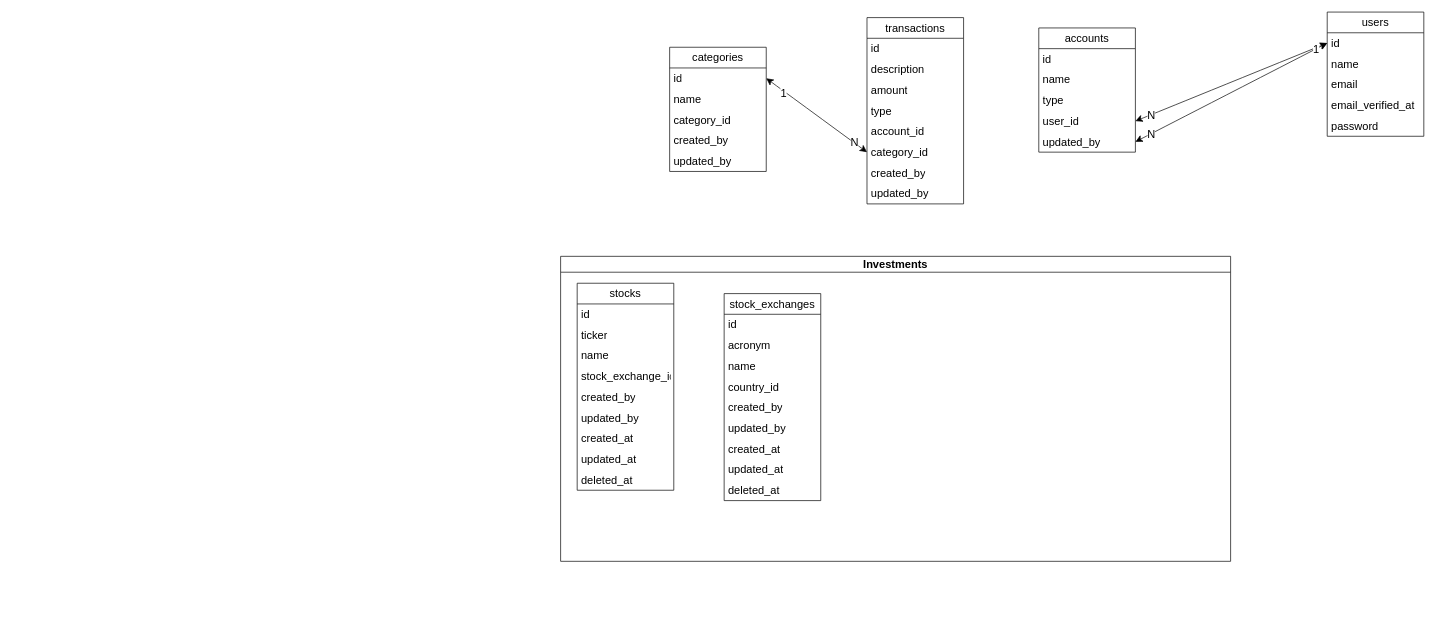
The draw.io diagram page "Página-2" (2 of 2) of Diagrama sem nome.drawio in vballestrini/diagrams, before the edit. Source tidied: cells renumbered, new cells numbered last; positions are measured from the earlier drawing's top-left corner, leaving out a move shared by most shapes. Both pictures are drawn from the tidied source at 69%, with x=0, y=0 at pixel (560, 12).
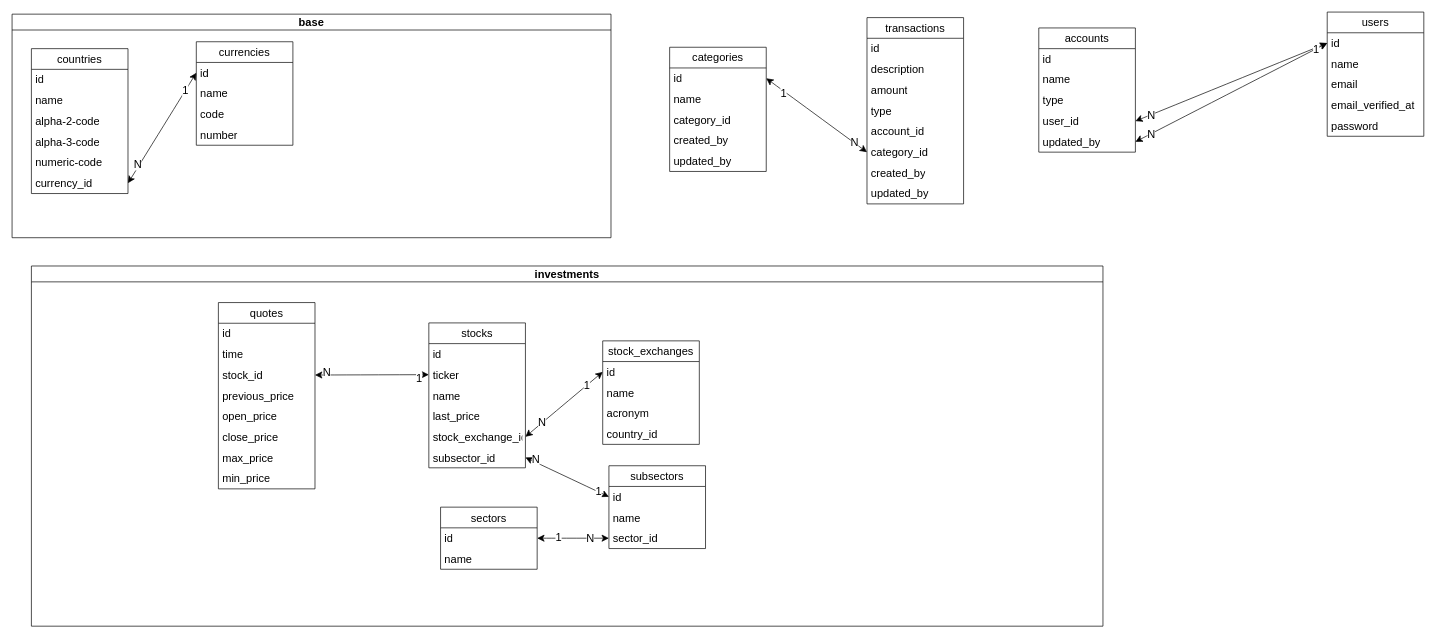
The same diagram, later.

Unchanged cells that the change refers to:
```xml
<mxCell id="42" value="ticker" style="text;strokeColor=none;fillColor=none;align=left;verticalAlign=middle;spacingLeft=4;spacingRight=4;overflow=hidden;points=[[0,0.5],[1,0.5]];portConstraint=eastwest;whiteSpace=wrap;html=1;fontSize=16;" parent="40" vertex="1">
  <mxGeometry y="60" width="140" height="30" as="geometry" />
</mxCell>
<mxCell id="51" value="id" style="text;strokeColor=none;fillColor=none;align=left;verticalAlign=middle;spacingLeft=4;spacingRight=4;overflow=hidden;points=[[0,0.5],[1,0.5]];portConstraint=eastwest;whiteSpace=wrap;html=1;fontSize=16;" parent="50" vertex="1">
  <mxGeometry y="30" width="140" height="30" as="geometry" />
</mxCell>
```

Diff of the diagram source:
```diff
@@
-    <mxCell id="39" value="Investments" style="swimlane;whiteSpace=wrap;html=1;fontSize=16;" parent="1" vertex="1">
-      <mxGeometry y="354" width="971" height="442" as="geometry" />
+    <mxCell id="39" value="investments" style="swimlane;whiteSpace=wrap;html=1;fontSize=16;" parent="1" vertex="1">
+      <mxGeometry x="-767" y="368" width="1553" height="522" as="geometry" />
     </mxCell>
     <mxCell id="40" value="stocks" style="swimlane;fontStyle=0;horizontal=1;startSize=30;whiteSpace=wrap;html=1;fontSize=16;" parent="39" vertex="1">
-      <mxGeometry x="24" y="39" width="140" height="300" as="geometry" />
+      <mxGeometry x="576" y="82.5" width="140" height="210" as="geometry" />
     </mxCell>
@@
+    <mxCell id="60" value="last_price" style="text;strokeColor=none;fillColor=none;align=left;verticalAlign=middle;spacingLeft=4;spacingRight=4;overflow=hidden;whiteSpace=wrap;html=1;fontSize=16;" parent="40" vertex="1">
+      <mxGeometry y="120" width="140" height="30" as="geometry" />
+    </mxCell>
     <mxCell id="44" value="stock_exchange_id" style="text;strokeColor=none;fillColor=none;align=left;verticalAlign=middle;spacingLeft=4;spacingRight=4;overflow=hidden;points=[[0,0.5],[1,0.5]];portConstraint=eastwest;whiteSpace=wrap;html=1;fontSize=16;" parent="40" vertex="1">
-      <mxGeometry y="120" width="140" height="30" as="geometry" />
+      <mxGeometry y="150" width="140" height="30" as="geometry" />
     </mxCell>
-    <mxCell id="45" value="created_by" style="text;strokeColor=none;fillColor=none;align=left;verticalAlign=middle;spacingLeft=4;spacingRight=4;overflow=hidden;whiteSpace=wrap;html=1;fontSize=16;" parent="40" vertex="1">
-      <mxGeometry y="150" width="140" height="30" as="geometry" />
-    </mxCell>
-    <mxCell id="46" value="updated_by" style="text;strokeColor=none;fillColor=none;align=left;verticalAlign=middle;spacingLeft=4;spacingRight=4;overflow=hidden;whiteSpace=wrap;html=1;fontSize=16;" parent="40" vertex="1">
-      <mxGeometry y="180" width="140" height="30" as="geometry" />
-    </mxCell>
-    <mxCell id="47" value="created_at" style="text;strokeColor=none;fillColor=none;align=left;verticalAlign=middle;spacingLeft=4;spacingRight=4;overflow=hidden;whiteSpace=wrap;html=1;fontSize=16;" parent="40" vertex="1">
-      <mxGeometry y="210" width="140" height="30" as="geometry" />
-    </mxCell>
-    <mxCell id="48" value="updated_at" style="text;strokeColor=none;fillColor=none;align=left;verticalAlign=middle;spacingLeft=4;spacingRight=4;overflow=hidden;whiteSpace=wrap;html=1;fontSize=16;" parent="40" vertex="1">
-      <mxGeometry y="240" width="140" height="30" as="geometry" />
-    </mxCell>
-    <mxCell id="49" value="deleted_at" style="text;strokeColor=none;fillColor=none;align=left;verticalAlign=middle;spacingLeft=4;spacingRight=4;overflow=hidden;whiteSpace=wrap;html=1;fontSize=16;" parent="40" vertex="1">
-      <mxGeometry y="270" width="140" height="30" as="geometry" />
-    </mxCell>
+    <mxCell id="61" value="subsector_id" style="text;strokeColor=none;fillColor=none;align=left;verticalAlign=middle;spacingLeft=4;spacingRight=4;overflow=hidden;points=[[0,0.5],[1,0.5]];portConstraint=eastwest;whiteSpace=wrap;html=1;fontSize=16;" parent="40" vertex="1">
+      <mxGeometry y="180" width="140" height="30" as="geometry" />
+    </mxCell>
     <mxCell id="50" value="stock_exchanges" style="swimlane;fontStyle=0;horizontal=1;startSize=30;whiteSpace=wrap;html=1;fontSize=16;" parent="39" vertex="1">
-      <mxGeometry x="237" y="54" width="140" height="300" as="geometry" />
+      <mxGeometry x="828" y="108.5" width="140" height="150" as="geometry" />
     </mxCell>
@@
+    <mxCell id="53" value="name" style="text;strokeColor=none;fillColor=none;align=left;verticalAlign=middle;spacingLeft=4;spacingRight=4;overflow=hidden;whiteSpace=wrap;html=1;fontSize=16;" parent="50" vertex="1">
+      <mxGeometry y="60" width="140" height="30" as="geometry" />
+    </mxCell>
     <mxCell id="52" value="acronym" style="text;strokeColor=none;fillColor=none;align=left;verticalAlign=middle;spacingLeft=4;spacingRight=4;overflow=hidden;whiteSpace=wrap;html=1;fontSize=16;" parent="50" vertex="1">
-      <mxGeometry y="60" width="140" height="30" as="geometry" />
+      <mxGeometry y="90" width="140" height="30" as="geometry" />
     </mxCell>
-    <mxCell id="53" value="name" style="text;strokeColor=none;fillColor=none;align=left;verticalAlign=middle;spacingLeft=4;spacingRight=4;overflow=hidden;whiteSpace=wrap;html=1;fontSize=16;" parent="50" vertex="1">
-      <mxGeometry y="90" width="140" height="30" as="geometry" />
-    </mxCell>
@@
-    <mxCell id="55" value="created_by" style="text;strokeColor=none;fillColor=none;align=left;verticalAlign=middle;spacingLeft=4;spacingRight=4;overflow=hidden;whiteSpace=wrap;html=1;fontSize=16;" parent="50" vertex="1">
-      <mxGeometry y="150" width="140" height="30" as="geometry" />
-    </mxCell>
-    <mxCell id="56" value="updated_by" style="text;strokeColor=none;fillColor=none;align=left;verticalAlign=middle;spacingLeft=4;spacingRight=4;overflow=hidden;whiteSpace=wrap;html=1;fontSize=16;" parent="50" vertex="1">
-      <mxGeometry y="180" width="140" height="30" as="geometry" />
-    </mxCell>
-    <mxCell id="57" value="created_at" style="text;strokeColor=none;fillColor=none;align=left;verticalAlign=middle;spacingLeft=4;spacingRight=4;overflow=hidden;whiteSpace=wrap;html=1;fontSize=16;" parent="50" vertex="1">
-      <mxGeometry y="210" width="140" height="30" as="geometry" />
-    </mxCell>
-    <mxCell id="58" value="updated_at" style="text;strokeColor=none;fillColor=none;align=left;verticalAlign=middle;spacingLeft=4;spacingRight=4;overflow=hidden;whiteSpace=wrap;html=1;fontSize=16;" parent="50" vertex="1">
-      <mxGeometry y="240" width="140" height="30" as="geometry" />
-    </mxCell>
-    <mxCell id="59" value="deleted_at" style="text;strokeColor=none;fillColor=none;align=left;verticalAlign=middle;spacingLeft=4;spacingRight=4;overflow=hidden;whiteSpace=wrap;html=1;fontSize=16;" parent="50" vertex="1">
-      <mxGeometry y="270" width="140" height="30" as="geometry" />
-    </mxCell>
+    <mxCell id="62" value="sectors" style="swimlane;fontStyle=0;horizontal=1;startSize=30;whiteSpace=wrap;html=1;fontSize=16;" parent="39" vertex="1">
+      <mxGeometry x="593" y="349.5" width="140" height="90" as="geometry" />
+    </mxCell>
+    <mxCell id="63" value="id" style="text;strokeColor=none;fillColor=none;align=left;verticalAlign=middle;spacingLeft=4;spacingRight=4;overflow=hidden;points=[[0,0.5],[1,0.5]];portConstraint=eastwest;whiteSpace=wrap;html=1;fontSize=16;" parent="62" vertex="1">
+      <mxGeometry y="30" width="140" height="30" as="geometry" />
+    </mxCell>
+    <mxCell id="64" value="name" style="text;strokeColor=none;fillColor=none;align=left;verticalAlign=middle;spacingLeft=4;spacingRight=4;overflow=hidden;whiteSpace=wrap;html=1;fontSize=16;" parent="62" vertex="1">
+      <mxGeometry y="60" width="140" height="30" as="geometry" />
+    </mxCell>
+    <mxCell id="65" value="subsectors" style="swimlane;fontStyle=0;horizontal=1;startSize=30;whiteSpace=wrap;html=1;fontSize=16;" parent="39" vertex="1">
+      <mxGeometry x="837" y="289.5" width="140" height="120" as="geometry" />
+    </mxCell>
+    <mxCell id="66" value="id" style="text;strokeColor=none;fillColor=none;align=left;verticalAlign=middle;spacingLeft=4;spacingRight=4;overflow=hidden;points=[[0,0.5],[1,0.5]];portConstraint=eastwest;whiteSpace=wrap;html=1;fontSize=16;" parent="65" vertex="1">
+      <mxGeometry y="30" width="140" height="30" as="geometry" />
+    </mxCell>
+    <mxCell id="67" value="name" style="text;strokeColor=none;fillColor=none;align=left;verticalAlign=middle;spacingLeft=4;spacingRight=4;overflow=hidden;whiteSpace=wrap;html=1;fontSize=16;" parent="65" vertex="1">
+      <mxGeometry y="60" width="140" height="30" as="geometry" />
+    </mxCell>
+    <mxCell id="68" value="sector_id" style="text;strokeColor=none;fillColor=none;align=left;verticalAlign=middle;spacingLeft=4;spacingRight=4;overflow=hidden;points=[[0,0.5],[1,0.5]];portConstraint=eastwest;whiteSpace=wrap;html=1;fontSize=16;" parent="65" vertex="1">
+      <mxGeometry y="90" width="140" height="30" as="geometry" />
+    </mxCell>
+    <mxCell id="69" style="endArrow=classic;startArrow=classic;html=1;rounded=0;fontSize=12;startSize=8;endSize=8;curved=1;entryX=0;entryY=0.5;entryDx=0;entryDy=0;exitX=1;exitY=0.5;exitDx=0;exitDy=0;" parent="39" edge="1" source="63" target="68">
+      <mxGeometry relative="1" as="geometry" />
+    </mxCell>
+    <mxCell id="70" value="1" style="edgeLabel;html=1;align=center;verticalAlign=middle;fontSize=16;" parent="69" vertex="1">
+      <mxGeometry x="-0.43" y="1" relative="1" as="geometry">
+        <mxPoint y="-1" as="offset" />
+      </mxGeometry>
+    </mxCell>
+    <mxCell id="71" value="N" style="edgeLabel;html=1;align=center;verticalAlign=middle;fontSize=16;" parent="69" vertex="1">
+      <mxGeometry x="0.48" y="1" relative="1" as="geometry">
+        <mxPoint x="-1" as="offset" />
+      </mxGeometry>
+    </mxCell>
+    <mxCell id="72" style="endArrow=classic;startArrow=classic;html=1;rounded=0;fontSize=12;startSize=8;endSize=8;curved=1;exitX=1;exitY=0.5;exitDx=0;exitDy=0;entryX=0;entryY=0.5;entryDx=0;entryDy=0;" parent="39" edge="1" source="61" target="66">
+      <mxGeometry relative="1" as="geometry" />
+    </mxCell>
+    <mxCell id="73" value="N" style="edgeLabel;html=1;align=center;verticalAlign=middle;fontSize=16;" parent="72" vertex="1">
+      <mxGeometry x="-0.79" y="4" relative="1" as="geometry" />
+    </mxCell>
+    <mxCell id="74" value="1" style="edgeLabel;html=1;align=center;verticalAlign=middle;fontSize=16;" parent="72" vertex="1">
+      <mxGeometry x="0.74" y="1" relative="1" as="geometry">
+        <mxPoint y="-1" as="offset" />
+      </mxGeometry>
+    </mxCell>
+    <mxCell id="75" style="endArrow=classic;startArrow=classic;html=1;rounded=0;fontSize=12;startSize=8;endSize=8;curved=1;exitX=1;exitY=0.5;exitDx=0;exitDy=0;entryX=0;entryY=0.5;entryDx=0;entryDy=0;" parent="39" edge="1" source="44" target="51">
+      <mxGeometry relative="1" as="geometry" />
+    </mxCell>
+    <mxCell id="76" value="1" style="edgeLabel;html=1;align=center;verticalAlign=middle;fontSize=16;" parent="75" vertex="1">
+      <mxGeometry x="0.59" y="1" relative="1" as="geometry" />
+    </mxCell>
+    <mxCell id="77" value="N" style="edgeLabel;html=1;align=center;verticalAlign=middle;fontSize=16;" parent="75" vertex="1">
+      <mxGeometry x="-0.57" y="1" relative="1" as="geometry" />
+    </mxCell>
+    <mxCell id="78" value="quotes" style="swimlane;fontStyle=0;horizontal=1;startSize=30;whiteSpace=wrap;html=1;fontSize=16;" parent="39" vertex="1">
+      <mxGeometry x="271" y="53" width="140" height="270" as="geometry" />
+    </mxCell>
+    <mxCell id="79" value="id" style="text;strokeColor=none;fillColor=none;align=left;verticalAlign=middle;spacingLeft=4;spacingRight=4;overflow=hidden;whiteSpace=wrap;html=1;fontSize=16;" parent="78" vertex="1">
+      <mxGeometry y="30" width="140" height="30" as="geometry" />
+    </mxCell>
+    <mxCell id="80" value="time" style="text;strokeColor=none;fillColor=none;align=left;verticalAlign=middle;spacingLeft=4;spacingRight=4;overflow=hidden;whiteSpace=wrap;html=1;fontSize=16;" parent="78" vertex="1">
+      <mxGeometry y="60" width="140" height="30" as="geometry" />
+    </mxCell>
+    <mxCell id="81" value="stock_id" style="text;strokeColor=none;fillColor=none;align=left;verticalAlign=middle;spacingLeft=4;spacingRight=4;overflow=hidden;points=[[0,0.5],[1,0.5]];portConstraint=eastwest;whiteSpace=wrap;html=1;fontSize=16;" parent="78" vertex="1">
+      <mxGeometry y="90" width="140" height="30" as="geometry" />
+    </mxCell>
+    <mxCell id="82" value="previous_price" style="text;strokeColor=none;fillColor=none;align=left;verticalAlign=middle;spacingLeft=4;spacingRight=4;overflow=hidden;whiteSpace=wrap;html=1;fontSize=16;" parent="78" vertex="1">
+      <mxGeometry y="120" width="140" height="30" as="geometry" />
+    </mxCell>
+    <mxCell id="83" value="open_price" style="text;strokeColor=none;fillColor=none;align=left;verticalAlign=middle;spacingLeft=4;spacingRight=4;overflow=hidden;whiteSpace=wrap;html=1;fontSize=16;" parent="78" vertex="1">
+      <mxGeometry y="150" width="140" height="30" as="geometry" />
+    </mxCell>
+    <mxCell id="84" value="close_price" style="text;strokeColor=none;fillColor=none;align=left;verticalAlign=middle;spacingLeft=4;spacingRight=4;overflow=hidden;whiteSpace=wrap;html=1;fontSize=16;" parent="78" vertex="1">
+      <mxGeometry y="180" width="140" height="30" as="geometry" />
+    </mxCell>
+    <mxCell id="85" value="max_price" style="text;strokeColor=none;fillColor=none;align=left;verticalAlign=middle;spacingLeft=4;spacingRight=4;overflow=hidden;whiteSpace=wrap;html=1;fontSize=16;" parent="78" vertex="1">
+      <mxGeometry y="210" width="140" height="30" as="geometry" />
+    </mxCell>
+    <mxCell id="86" value="min_price" style="text;strokeColor=none;fillColor=none;align=left;verticalAlign=middle;spacingLeft=4;spacingRight=4;overflow=hidden;whiteSpace=wrap;html=1;fontSize=16;" parent="78" vertex="1">
+      <mxGeometry y="240" width="140" height="30" as="geometry" />
+    </mxCell>
+    <mxCell id="87" style="endArrow=classic;startArrow=classic;html=1;rounded=0;fontSize=12;startSize=8;endSize=8;curved=1;entryX=0;entryY=0.5;entryDx=0;entryDy=0;exitX=1;exitY=0.5;exitDx=0;exitDy=0;" parent="39" edge="1" source="81" target="42">
+      <mxGeometry relative="1" as="geometry" />
+    </mxCell>
+    <mxCell id="88" value="1" style="edgeLabel;html=1;align=center;verticalAlign=middle;fontSize=16;" parent="87" vertex="1">
+      <mxGeometry x="0.82" y="-4" relative="1" as="geometry" />
+    </mxCell>
+    <mxCell id="89" value="N" style="edgeLabel;html=1;align=center;verticalAlign=middle;fontSize=16;" parent="87" vertex="1">
+      <mxGeometry x="-0.8" y="4" relative="1" as="geometry" />
+    </mxCell>
+    <mxCell id="90" value="base" style="swimlane;whiteSpace=wrap;html=1;fontSize=16;" parent="1" vertex="1">
+      <mxGeometry x="-795" y="3" width="868" height="324" as="geometry" />
+    </mxCell>
+    <mxCell id="91" value="countries" style="swimlane;fontStyle=0;horizontal=1;startSize=30;whiteSpace=wrap;html=1;fontSize=16;" parent="90" vertex="1">
+      <mxGeometry x="28" y="50" width="140" height="210" as="geometry" />
+    </mxCell>
+    <mxCell id="92" value="id" style="text;strokeColor=none;fillColor=none;align=left;verticalAlign=middle;spacingLeft=4;spacingRight=4;overflow=hidden;whiteSpace=wrap;html=1;fontSize=16;" parent="91" vertex="1">
+      <mxGeometry y="30" width="140" height="30" as="geometry" />
+    </mxCell>
+    <mxCell id="93" value="name" style="text;strokeColor=none;fillColor=none;align=left;verticalAlign=middle;spacingLeft=4;spacingRight=4;overflow=hidden;whiteSpace=wrap;html=1;fontSize=16;" parent="91" vertex="1">
+      <mxGeometry y="60" width="140" height="30" as="geometry" />
+    </mxCell>
+    <mxCell id="94" value="alpha-2-code" style="text;strokeColor=none;fillColor=none;align=left;verticalAlign=middle;spacingLeft=4;spacingRight=4;overflow=hidden;whiteSpace=wrap;html=1;fontSize=16;" parent="91" vertex="1">
+      <mxGeometry y="90" width="140" height="30" as="geometry" />
+    </mxCell>
+    <mxCell id="95" value="alpha-3-code" style="text;strokeColor=none;fillColor=none;align=left;verticalAlign=middle;spacingLeft=4;spacingRight=4;overflow=hidden;whiteSpace=wrap;html=1;fontSize=16;" parent="91" vertex="1">
+      <mxGeometry y="120" width="140" height="30" as="geometry" />
+    </mxCell>
+    <mxCell id="96" value="numeric-code" style="text;strokeColor=none;fillColor=none;align=left;verticalAlign=middle;spacingLeft=4;spacingRight=4;overflow=hidden;whiteSpace=wrap;html=1;fontSize=16;" parent="91" vertex="1">
+      <mxGeometry y="150" width="140" height="30" as="geometry" />
+    </mxCell>
+    <mxCell id="97" value="currency_id" style="text;strokeColor=none;fillColor=none;align=left;verticalAlign=middle;spacingLeft=4;spacingRight=4;overflow=hidden;points=[[0,0.5],[1,0.5]];portConstraint=eastwest;whiteSpace=wrap;html=1;fontSize=16;" parent="91" vertex="1">
+      <mxGeometry y="180" width="140" height="30" as="geometry" />
+    </mxCell>
+    <mxCell id="98" value="currencies" style="swimlane;fontStyle=0;horizontal=1;startSize=30;whiteSpace=wrap;html=1;fontSize=16;" parent="90" vertex="1">
+      <mxGeometry x="267" y="40" width="140" height="150" as="geometry" />
+    </mxCell>
+    <mxCell id="99" value="id" style="text;strokeColor=none;fillColor=none;align=left;verticalAlign=middle;spacingLeft=4;spacingRight=4;overflow=hidden;points=[[0,0.5],[1,0.5]];portConstraint=eastwest;whiteSpace=wrap;html=1;fontSize=16;" parent="98" vertex="1">
+      <mxGeometry y="30" width="140" height="30" as="geometry" />
+    </mxCell>
+    <mxCell id="100" value="name" style="text;strokeColor=none;fillColor=none;align=left;verticalAlign=middle;spacingLeft=4;spacingRight=4;overflow=hidden;whiteSpace=wrap;html=1;fontSize=16;" parent="98" vertex="1">
+      <mxGeometry y="60" width="140" height="30" as="geometry" />
+    </mxCell>
+    <mxCell id="101" value="code" style="text;strokeColor=none;fillColor=none;align=left;verticalAlign=middle;spacingLeft=4;spacingRight=4;overflow=hidden;whiteSpace=wrap;html=1;fontSize=16;" parent="98" vertex="1">
+      <mxGeometry y="90" width="140" height="30" as="geometry" />
+    </mxCell>
+    <mxCell id="102" value="number" style="text;strokeColor=none;fillColor=none;align=left;verticalAlign=middle;spacingLeft=4;spacingRight=4;overflow=hidden;whiteSpace=wrap;html=1;fontSize=16;" parent="98" vertex="1">
+      <mxGeometry y="120" width="140" height="30" as="geometry" />
+    </mxCell>
+    <mxCell id="103" style="endArrow=classic;startArrow=classic;html=1;rounded=0;fontSize=12;startSize=8;endSize=8;curved=1;exitX=0;exitY=0.5;exitDx=0;exitDy=0;entryX=1;entryY=0.5;entryDx=0;entryDy=0;" parent="90" edge="1" source="99" target="97">
+      <mxGeometry relative="1" as="geometry" />
+    </mxCell>
+    <mxCell id="104" value="1" style="edgeLabel;html=1;align=center;verticalAlign=middle;fontSize=16;" parent="103" vertex="1">
+      <mxGeometry x="-0.68" y="-1" relative="1" as="geometry" />
+    </mxCell>
+    <mxCell id="105" value="N" style="edgeLabel;html=1;align=center;verticalAlign=middle;fontSize=16;" parent="103" vertex="1">
+      <mxGeometry x="0.66" y="-4" relative="1" as="geometry">
+        <mxPoint y="1" as="offset" />
+      </mxGeometry>
+    </mxCell>
```
